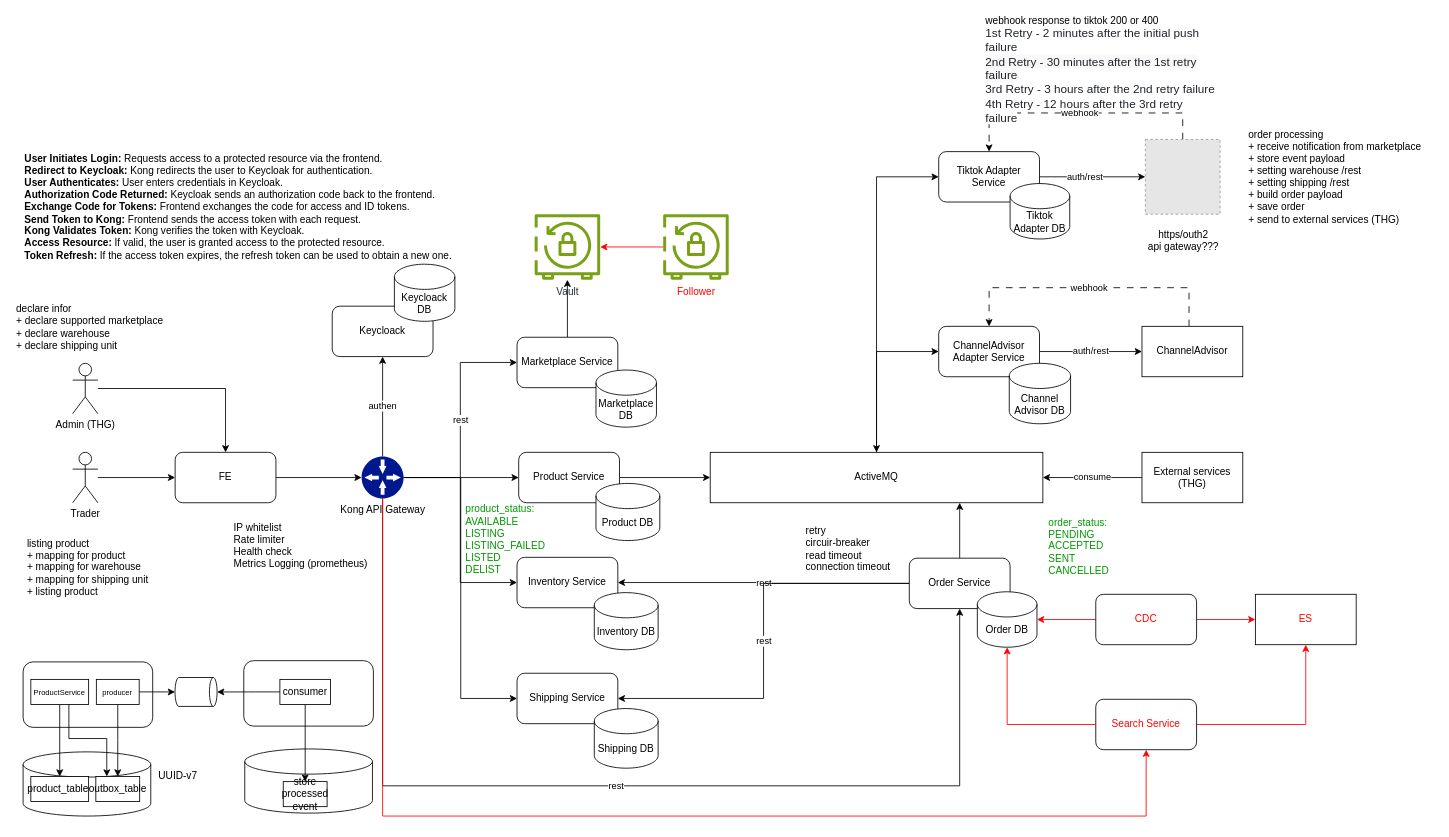
The draw.io diagram page "Page-17" (17 of 17) of hibernate.drawio in minhtran-q/hibernate-knowledge, before the edit. Source tidied: cells renumbered, new cells numbered last; positions are measured from the earlier drawing's top-left corner, leaving out a move shared by most shapes. Both pictures are drawn from the tidied source at 84%, with x=0, y=0 at pixel (14, 32). Pictures stored in the file or linked from it are replaced by grey dashed boxes.
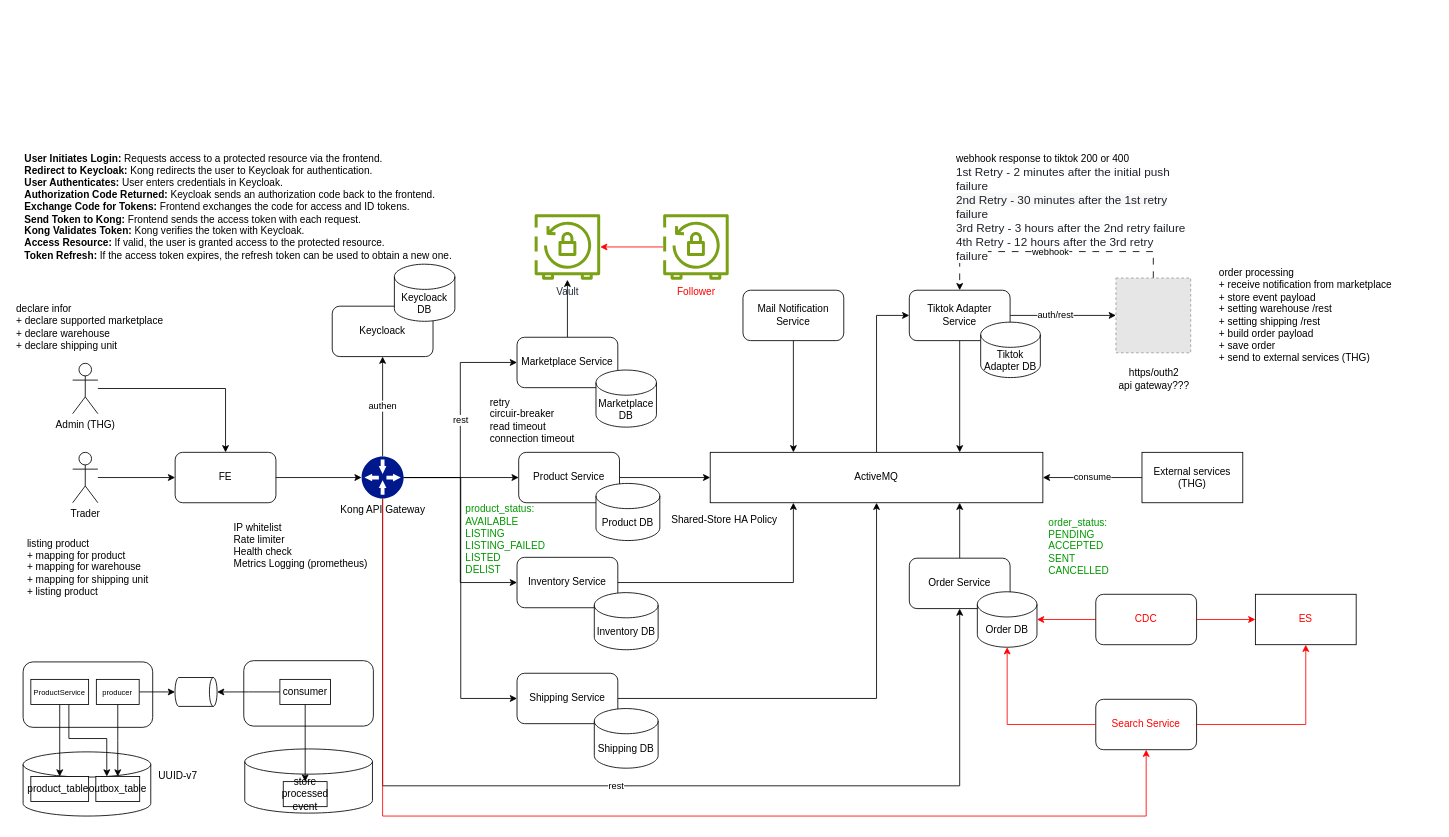
Above is the later version.

Unchanged cells that the change refers to:
```xml
<mxCell id="22" value="ActiveMQ" style="rounded=0;whiteSpace=wrap;html=1;" parent="1" vertex="1">
  <mxGeometry x="828" y="500" width="396" height="60" as="geometry" />
</mxCell>
<mxCell id="23" value="Inventory Service" style="rounded=1;whiteSpace=wrap;html=1;" parent="1" vertex="1">
  <mxGeometry x="598" y="625" width="120" height="60" as="geometry" />
</mxCell>
<mxCell id="36" value="Order Service" style="rounded=1;whiteSpace=wrap;html=1;" parent="1" vertex="1">
  <mxGeometry x="1065" y="626" width="120" height="60" as="geometry" />
</mxCell>
<mxCell id="37" value="Shipping Service" style="rounded=1;whiteSpace=wrap;html=1;" parent="1" vertex="1">
  <mxGeometry x="598" y="763" width="120" height="60" as="geometry" />
</mxCell>
```

What changed in the source:
```diff
@@
-    <mxCell id="21" style="edgeStyle=orthogonalEdgeStyle;rounded=0;jettySize=auto;html=1;entryX=0;entryY=0.5;entryDx=0;entryDy=0;startArrow=classic;startFill=1;" parent="1" edge="1" source="22" target="28">
-      <mxGeometry relative="1" as="geometry" />
-    </mxCell>
@@
+    <mxCell id="88" style="edgeStyle=orthogonalEdgeStyle;rounded=0;jettySize=auto;html=1;entryX=0.25;entryY=1;entryDx=0;entryDy=0;" parent="1" edge="1" source="23" target="22">
+      <mxGeometry relative="1" as="geometry" />
+    </mxCell>
@@
+    <mxCell id="89" style="edgeStyle=orthogonalEdgeStyle;rounded=0;jettySize=auto;html=1;entryX=0.75;entryY=0;entryDx=0;entryDy=0;" parent="1" edge="1" source="26" target="22">
+      <mxGeometry relative="1" as="geometry" />
+    </mxCell>
     <mxCell id="26" value="Tiktok Adapter Service" style="rounded=1;whiteSpace=wrap;html=1;" parent="1" vertex="1">
-      <mxGeometry x="1100" y="142" width="120" height="60" as="geometry" />
+      <mxGeometry x="1065" y="307" width="120" height="60" as="geometry" />
     </mxCell>
-    <mxCell id="27" value="auth/rest" style="edgeStyle=orthogonalEdgeStyle;rounded=0;jettySize=auto;html=1;" parent="1" edge="1" source="28" target="32">
-      <mxGeometry relative="1" as="geometry" />
-    </mxCell>
-    <mxCell id="28" value="ChannelAdvisor Adapter Service" style="rounded=1;whiteSpace=wrap;html=1;" parent="1" vertex="1">
-      <mxGeometry x="1100" y="350" width="120" height="60" as="geometry" />
-    </mxCell>
     <mxCell id="29" value="webhook" style="edgeStyle=orthogonalEdgeStyle;rounded=0;jettySize=auto;html=1;entryX=0.5;entryY=0;entryDx=0;entryDy=0;dashed=1;dashPattern=8 8;" parent="1" edge="1" source="30" target="26">
       <mxGeometry relative="1" as="geometry">
         <Array as="points">
-          <mxPoint x="1391" y="96" />
-          <mxPoint x="1160" y="96" />
+          <mxPoint x="1356" y="261" />
+          <mxPoint x="1125" y="261" />
         </Array>
       </mxGeometry>
     </mxCell>
     <mxCell id="30" style="fillColor=#E6E6E6;strokeColor=#999999;dashed=1;html=1;verticalAlign=top;verticalLabelPosition=bottom;labelBackgroundColor=#ffffff;" parent="1" vertex="1">
-      <mxGeometry x="1346" y="127.5" width="89" height="89" as="geometry" />
+      <mxGeometry x="1311" y="292.5" width="89" height="89" as="geometry" />
     </mxCell>
-    <mxCell id="31" value="webhook" style="edgeStyle=orthogonalEdgeStyle;rounded=0;jettySize=auto;html=1;entryX=0.5;entryY=0;entryDx=0;entryDy=0;dashed=1;dashPattern=8 8;strokeColor=default;align=center;verticalAlign=middle;fontFamily=Helvetica;fontSize=11;fontColor=default;labelBackgroundColor=default;endArrow=classic;" parent="1" edge="1" source="32" target="28">
-      <mxGeometry relative="1" as="geometry">
-        <Array as="points">
-          <mxPoint x="1398" y="304" />
-          <mxPoint x="1160" y="304" />
-        </Array>
-      </mxGeometry>
-    </mxCell>
-    <mxCell id="32" value="ChannelAdvisor" style="rounded=0;whiteSpace=wrap;html=1;" parent="1" vertex="1">
-      <mxGeometry x="1342" y="350" width="120" height="60" as="geometry" />
-    </mxCell>
@@
-    <mxCell id="34" value="rest" style="edgeStyle=orthogonalEdgeStyle;rounded=0;jettySize=auto;html=1;entryX=1;entryY=0.5;entryDx=0;entryDy=0;" parent="1" edge="1" source="36" target="23">
-      <mxGeometry relative="1" as="geometry" />
-    </mxCell>
-    <mxCell id="35" value="rest" style="edgeStyle=orthogonalEdgeStyle;rounded=0;jettySize=auto;html=1;entryX=1;entryY=0.5;entryDx=0;entryDy=0;" parent="1" edge="1" source="36" target="37">
-      <mxGeometry relative="1" as="geometry" />
-    </mxCell>
@@
+    <mxCell id="90" style="edgeStyle=orthogonalEdgeStyle;rounded=0;jettySize=auto;html=1;" parent="1" edge="1" source="37" target="22">
+      <mxGeometry relative="1" as="geometry" />
+    </mxCell>
@@
     <mxCell id="43" value="Tiktok Adapter DB" style="shape=cylinder3;whiteSpace=wrap;html=1;boundedLbl=1;backgroundOutline=1;size=15;" parent="1" vertex="1">
-      <mxGeometry x="1185" y="180" width="71" height="66" as="geometry" />
+      <mxGeometry x="1150" y="345" width="71" height="66" as="geometry" />
     </mxCell>
-    <mxCell id="44" value="Channel Advisor DB" style="shape=cylinder3;whiteSpace=wrap;html=1;boundedLbl=1;backgroundOutline=1;size=15;" parent="1" vertex="1">
-      <mxGeometry x="1184" y="394" width="73" height="72" as="geometry" />
-    </mxCell>
@@
     <mxCell id="54" value="https/outh2&lt;br&gt;api gateway???" style="text;html=1;align=center;verticalAlign=middle;strokeColor=none;fillColor=none;" parent="1" vertex="1">
-      <mxGeometry x="1339.5" y="227" width="102" height="41" as="geometry" />
+      <mxGeometry x="1304.5" y="392" width="102" height="41" as="geometry" />
     </mxCell>
@@
     <mxCell id="61" value="order processing&lt;div&gt;+ receive notification from marketplace&lt;br&gt;+ store event payload&lt;/div&gt;&lt;div&gt;+ setting warehouse /rest&lt;/div&gt;&lt;div&gt;+ setting shipping /rest&lt;/div&gt;&lt;div&gt;+ build order payload&lt;/div&gt;&lt;div&gt;+ save order&lt;/div&gt;&lt;div&gt;+ send to external services (THG)&lt;/div&gt;" style="text;html=1;align=left;verticalAlign=middle;strokeColor=none;fillColor=none;" parent="1" vertex="1">
-      <mxGeometry x="1467" y="108.5" width="224" height="127" as="geometry" />
+      <mxGeometry x="1432" y="273.5" width="224" height="127" as="geometry" />
     </mxCell>
@@
     <mxCell id="63" value="&lt;div&gt;&lt;span style=&quot;background-color: rgb(255, 255, 255); color: rgb(31, 35, 41); font-family: &amp;quot;TikTok Text&amp;quot;; font-size: 14px; text-wrap: wrap;&quot;&gt;&lt;br&gt;&lt;/span&gt;&lt;/div&gt;" style="text;html=1;align=left;verticalAlign=middle;strokeColor=none;fillColor=none;" parent="1" vertex="1">
-      <mxGeometry x="1157" width="18" height="29" as="geometry" />
+      <mxGeometry x="1122" y="165" width="18" height="29" as="geometry" />
     </mxCell>
     <mxCell id="64" value="&lt;span style=&quot;text-wrap: nowrap;&quot;&gt;webhook response to tiktok 200 or 400&lt;/span&gt;&lt;div style=&quot;text-wrap: nowrap;&quot;&gt;&lt;span style=&quot;color: rgb(31, 35, 41); font-family: &amp;quot;TikTok Text&amp;quot;; font-size: 14px; text-wrap: wrap; background-color: rgb(255, 255, 255);&quot;&gt;1st Retry -&amp;nbsp;&lt;/span&gt;&lt;span style=&quot;background-color: rgb(255, 255, 255); color: rgb(31, 35, 41); font-family: &amp;quot;TikTok Text&amp;quot;; font-size: 14px; text-wrap: wrap;&quot;&gt;2 minutes after the initial push failure&lt;/span&gt;&lt;br&gt;&lt;/div&gt;&lt;div style=&quot;text-wrap: nowrap;&quot;&gt;&lt;span style=&quot;color: rgb(31, 35, 41); font-family: &amp;quot;TikTok Text&amp;quot;; font-size: 14px; text-wrap: wrap; background-color: rgb(248, 248, 248);&quot;&gt;2nd Retry -&amp;nbsp;&lt;/span&gt;&lt;span style=&quot;background-color: rgb(248, 248, 248); color: rgb(31, 35, 41); font-family: &amp;quot;TikTok Text&amp;quot;; font-size: 14px; text-wrap: wrap;&quot;&gt;30 minutes after the 1st retry failure&lt;/span&gt;&lt;br&gt;&lt;/div&gt;&lt;div style=&quot;text-wrap: nowrap;&quot;&gt;&lt;span style=&quot;color: rgb(31, 35, 41); font-family: &amp;quot;TikTok Text&amp;quot;; font-size: 14px; text-wrap: wrap; background-color: rgb(255, 255, 255);&quot;&gt;3rd Retry -&amp;nbsp;&lt;/span&gt;&lt;span style=&quot;background-color: rgb(255, 255, 255); color: rgb(31, 35, 41); font-family: &amp;quot;TikTok Text&amp;quot;; font-size: 14px; text-wrap: wrap;&quot;&gt;3 hours after the 2nd retry failure&lt;/span&gt;&lt;span style=&quot;background-color: rgb(248, 248, 248); color: rgb(31, 35, 41); font-family: &amp;quot;TikTok Text&amp;quot;; font-size: 14px; text-wrap: wrap;&quot;&gt;&lt;br&gt;&lt;/span&gt;&lt;/div&gt;&lt;div style=&quot;text-wrap: nowrap;&quot;&gt;&lt;span style=&quot;color: rgb(31, 35, 41); font-family: &amp;quot;TikTok Text&amp;quot;; font-size: 14px; text-wrap: wrap; background-color: rgb(255, 255, 255);&quot;&gt;4th Retry -&amp;nbsp;&lt;/span&gt;&lt;span style=&quot;background-color: rgb(255, 255, 255); color: rgb(31, 35, 41); font-family: &amp;quot;TikTok Text&amp;quot;; font-size: 14px; text-wrap: wrap;&quot;&gt;12 hours after the 3rd retry failure&lt;/span&gt;&lt;/div&gt;" style="text;html=1;align=left;verticalAlign=middle;whiteSpace=wrap;rounded=0;" parent="1" vertex="1">
-      <mxGeometry x="1154" y="29" width="278" height="30" as="geometry" />
+      <mxGeometry x="1119" y="194" width="278" height="30" as="geometry" />
     </mxCell>
     <mxCell id="65" value="retry&amp;nbsp;&lt;div&gt;circuir-breaker&lt;br&gt;read timeout&lt;br&gt;connection timeout&lt;/div&gt;" style="text;html=1;align=left;verticalAlign=middle;whiteSpace=wrap;rounded=0;" parent="1" vertex="1">
-      <mxGeometry x="940" y="584" width="117" height="62" as="geometry" />
+      <mxGeometry x="564" y="431" width="117" height="62" as="geometry" />
     </mxCell>
@@
+    <mxCell id="91" value="Shared-Store HA Policy" style="text;whiteSpace=wrap;html=1;" parent="1" vertex="1">
+      <mxGeometry x="780" y="567" width="139" height="25" as="geometry" />
+    </mxCell>
+    <mxCell id="92" style="edgeStyle=orthogonalEdgeStyle;rounded=0;jettySize=auto;html=1;entryX=0.25;entryY=0;entryDx=0;entryDy=0;" parent="1" edge="1" source="93" target="22">
+      <mxGeometry relative="1" as="geometry" />
+    </mxCell>
+    <mxCell id="93" value="Mail Notification Service" style="rounded=1;whiteSpace=wrap;html=1;" parent="1" vertex="1">
+      <mxGeometry x="867" y="307" width="120" height="60" as="geometry" />
+    </mxCell>
```
